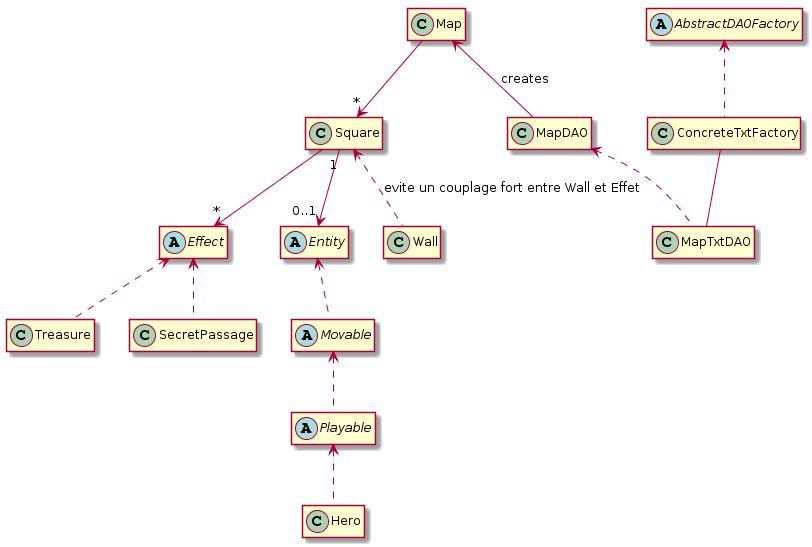
Earlier version of the PlantUML export annexe/DiagV2.png (lukyky414/ACL2018_LAN-SCH). Source of this version:
```plantuml
@startuml
hide empty methods
hide empty field

abstract Effect
abstract Entity
abstract Movable
abstract Playable
abstract AbstractDAOFactory


Map --> "*" Square
Square "1"--> "0..1" Entity
Square <.. Wall : evite un couplage fort entre Wall et Effet
Square --> "*" Effect

Effect <.. Treasure
Effect <.. SecretPassage




Entity <.. Movable
Movable <.. Playable
Playable <.. Hero


AbstractDAOFactory <.. ConcreteTxtFactory
MapDAO <.. MapTxtDAO
ConcreteTxtFactory -- MapTxtDAO
Map <-- MapDAO : creates

@enduml
```
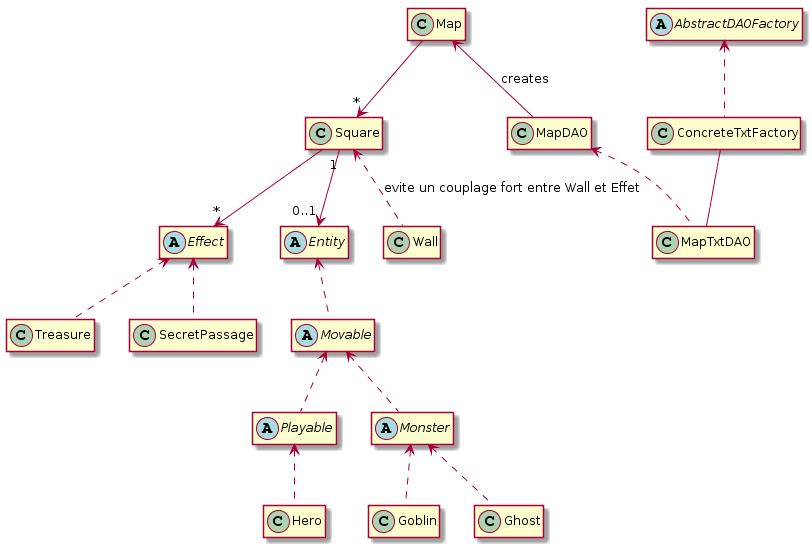
After the change.

Commit message:
slides presentation

What changed in the source:
```diff
@@ -6,6 +6,7 @@
 abstract Entity
 abstract Movable
 abstract Playable
+abstract Monster
 abstract AbstractDAOFactory
 
 
@@ -24,6 +25,11 @@
 Movable <.. Playable
 Playable <.. Hero
 
+Movable <.. Monster
+Monster <.. Goblin
+Monster <.. Ghost
+
+
 
 AbstractDAOFactory <.. ConcreteTxtFactory
 MapDAO <.. MapTxtDAO
```
